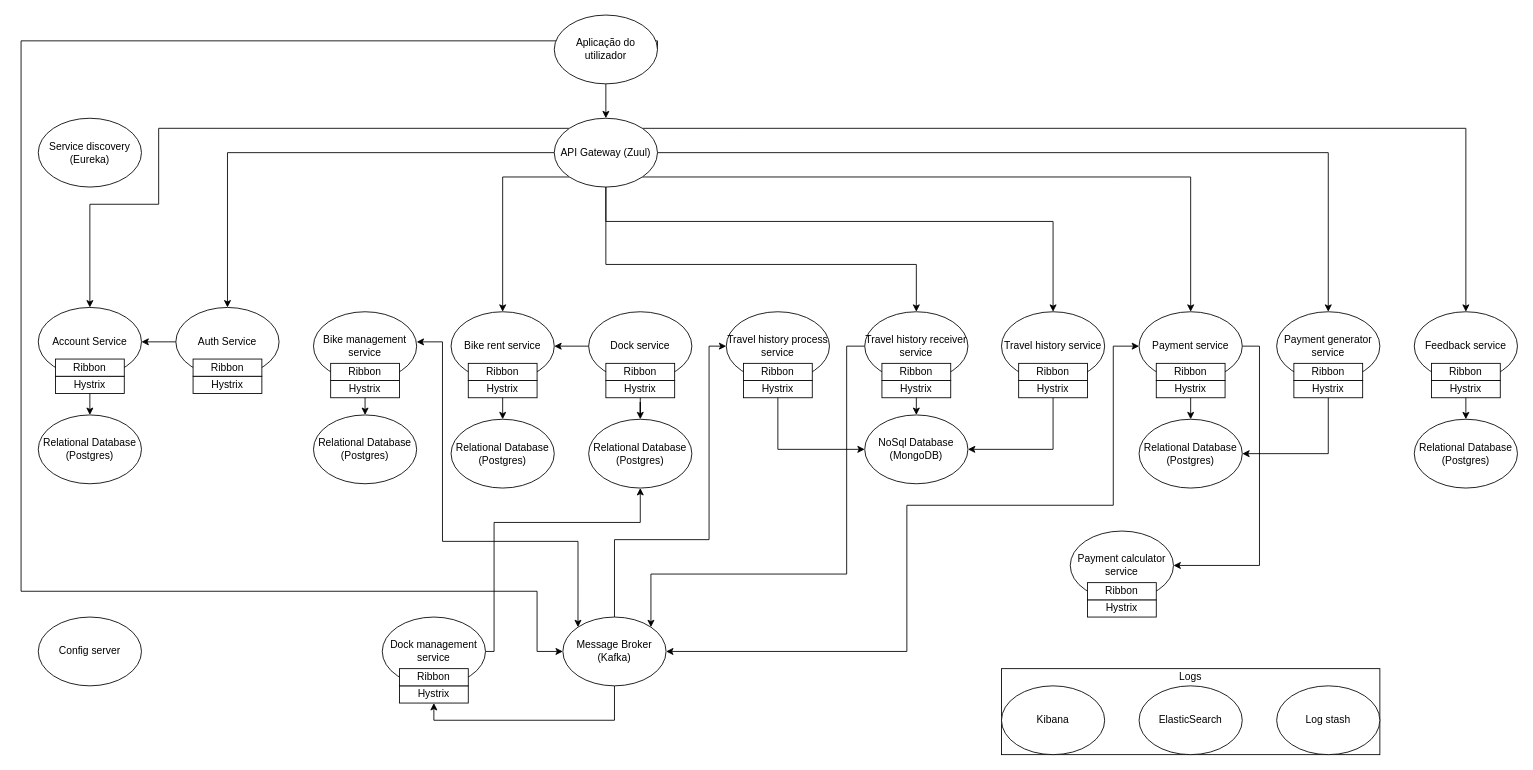
Earlier version of the draw.io diagram architecture.drawio (danielpinto8zz6/BikeSharing). Source tidied: cells renumbered, new cells numbered last; positions are measured from the earlier drawing's top-left corner, leaving out a move shared by most shapes. Both pictures are drawn from the tidied source at 86%, with x=0, y=0 at pixel (21, 15).
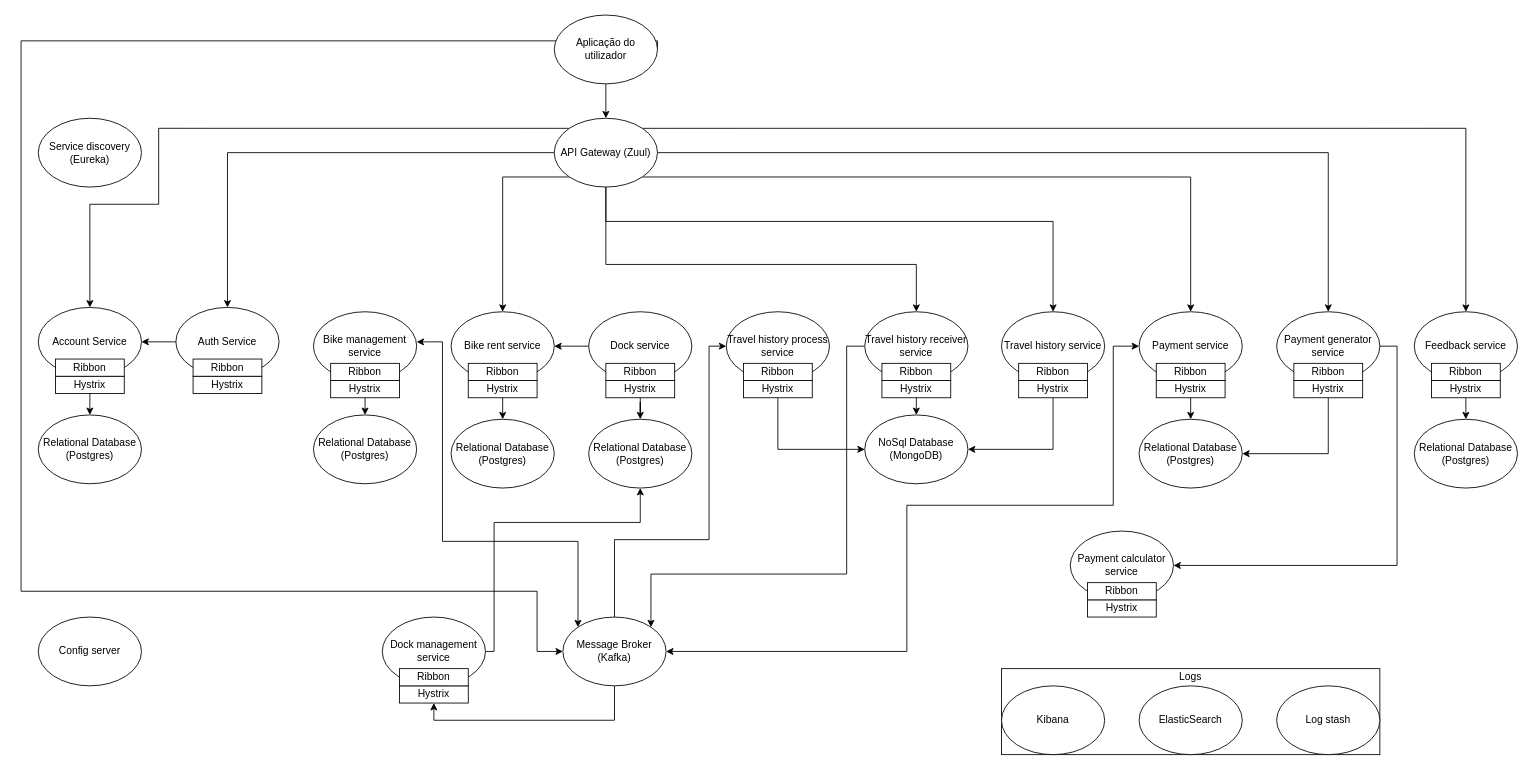
After the change.

The change refers to these unchanged cells:
```xml
<mxCell id="21" value="Payment service" style="ellipse;whiteSpace=wrap;html=1;" parent="1" vertex="1">
  <mxGeometry x="1300" y="345" width="120" height="80" as="geometry" />
</mxCell>
<mxCell id="76" value="Payment calculator service" style="ellipse;whiteSpace=wrap;html=1;" parent="75" vertex="1">
  <mxGeometry width="120" height="80" as="geometry" />
</mxCell>
<mxCell id="89" value="Payment generator service" style="ellipse;whiteSpace=wrap;html=1;" parent="1" vertex="1">
  <mxGeometry x="1460" y="345" width="120" height="80" as="geometry" />
</mxCell>
```

What changed in the source:
```diff
@@
-    <mxCell id="20" style="edgeStyle=orthogonalEdgeStyle;rounded=0;jettySize=auto;html=1;exitX=1;exitY=0.5;exitDx=0;exitDy=0;entryX=1;entryY=0.5;entryDx=0;entryDy=0;" parent="1" edge="1" source="21" target="76">
+    <mxCell id="20" style="edgeStyle=orthogonalEdgeStyle;rounded=0;jettySize=auto;html=1;exitX=1;exitY=0.5;exitDx=0;exitDy=0;entryX=1;entryY=0.5;entryDx=0;entryDy=0;" parent="1" edge="1" source="89" target="76">
       <mxGeometry relative="1" as="geometry" />
     </mxCell>
```
